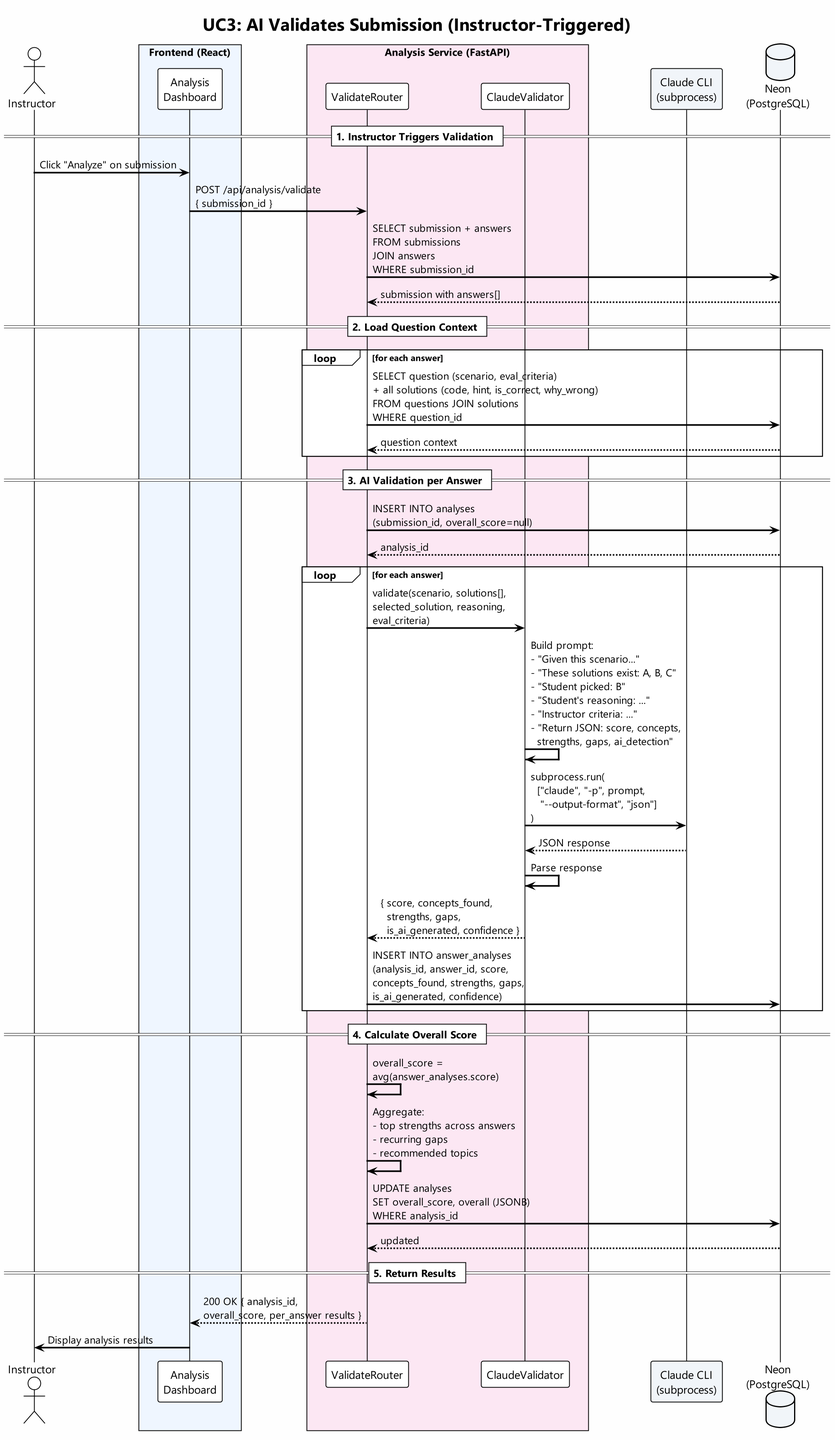
This is docs/sequence-ai-validates.png from SRESamuel/ConHaccMania, a PlantUML export, as it was before one commit. Its diagram source:
```plantuml
@startuml AI Validates Submission
scale 2
!theme plain
skinparam backgroundColor #FEFEFE
skinparam defaultFontName "Segoe UI"
skinparam shadowing false
skinparam sequenceArrowThickness 2
skinparam participantPadding 20
skinparam boxPadding 10

title UC3: AI Validates Submission (Instructor-Triggered)

actor Instructor as I
box "Frontend (React)" #EFF6FF
  participant "Analysis\nDashboard" as AD
end box
box "Analysis Service (FastAPI)" #FCE7F3
  participant "ValidateRouter" as VR
  participant "ClaudeValidator" as CV
end box
participant "Claude CLI\n(subprocess)" as CLI #F1F5F9
database "Neon\n(PostgreSQL)" as DB #F1F5F9

== 1. Instructor Triggers Validation ==

I -> AD : Click "Analyze" on submission
AD -> VR : POST /api/analysis/validate\n{ submission_id }
VR -> DB : SELECT submission + answers\nFROM submissions\nJOIN answers\nWHERE submission_id
DB --> VR : submission with answers[]

== 2. Load Question Context ==

loop for each answer
  VR -> DB : SELECT question (scenario, eval_criteria)\n+ all solutions (code, hint, is_correct, why_wrong)\nFROM questions JOIN solutions\nWHERE question_id
  DB --> VR : question context
end

== 3. AI Validation per Answer ==

VR -> DB : INSERT INTO analyses\n(submission_id, overall_score=null)
DB --> VR : analysis_id

loop for each answer
  VR -> CV : validate(scenario, solutions[],\nselected_solution, reasoning,\neval_criteria)
  CV -> CV : Build prompt:\n- "Given this scenario..."\n- "These solutions exist: A, B, C"\n- "Student picked: B"\n- "Student's reasoning: ..."\n- "Instructor criteria: ..."\n- "Return JSON: score, concepts,\n  strengths, gaps, ai_detection"
  CV -> CLI : subprocess.run(\n  ["claude", "-p", prompt,\n   "--output-format", "json"]\n)
  CLI --> CV : JSON response
  CV -> CV : Parse response
  CV --> VR : { score, concepts_found,\n  strengths, gaps,\n  is_ai_generated, confidence }
  VR -> DB : INSERT INTO answer_analyses\n(analysis_id, answer_id, score,\nconcepts_found, strengths, gaps,\nis_ai_generated, confidence)
end

== 4. Calculate Overall Score ==

VR -> VR : overall_score =\navg(answer_analyses.score)
VR -> VR : Aggregate:\n- top strengths across answers\n- recurring gaps\n- recommended topics
VR -> DB : UPDATE analyses\nSET overall_score, overall (JSONB)\nWHERE analysis_id
DB --> VR : updated

== 5. Return Results ==

VR --> AD : 200 OK { analysis_id,\noverall_score, per_answer results }
AD -> I : Display analysis results

@enduml
```
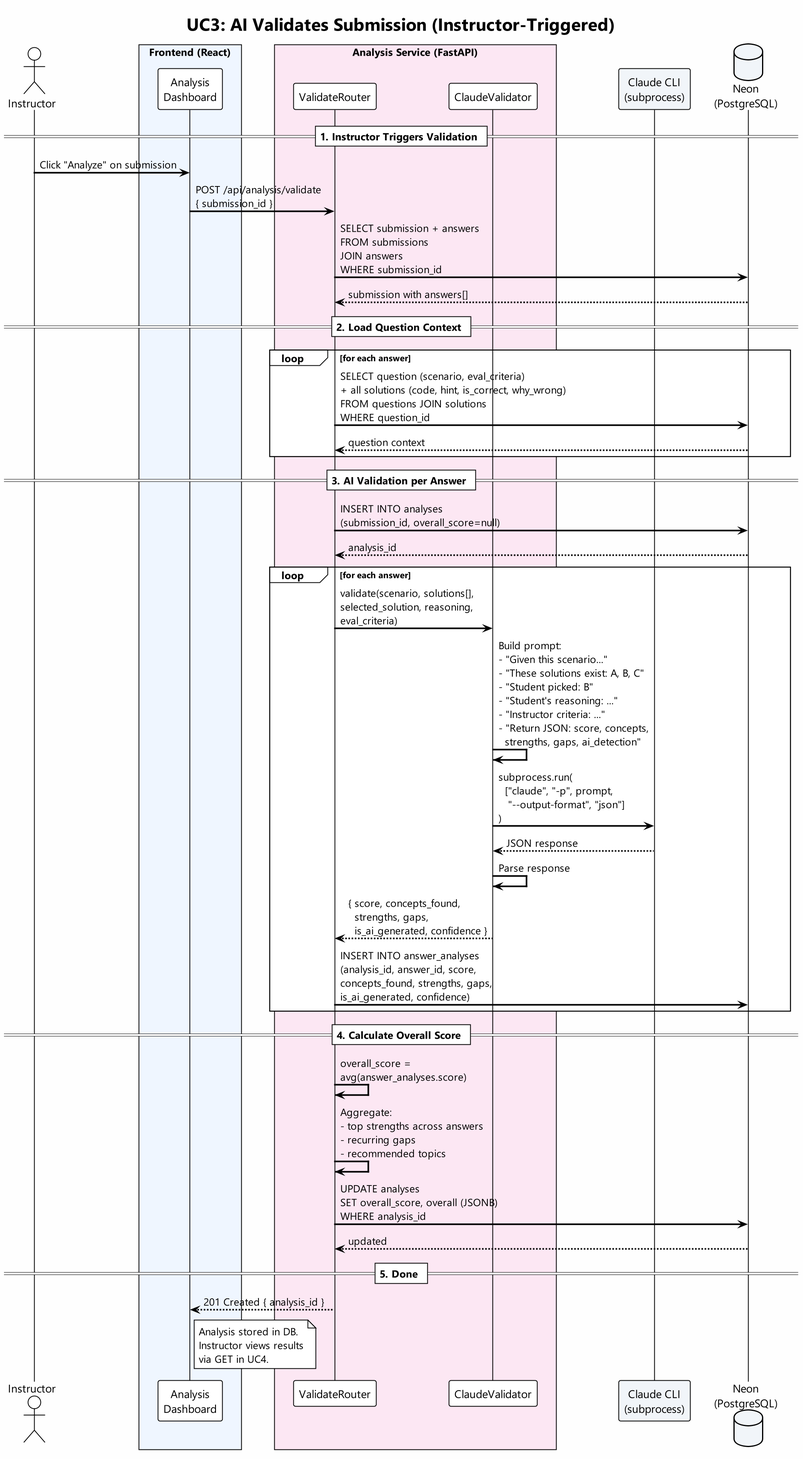
The same file after the commit.

Commit message:
docs: Fix 7 inconsistencies across architecture and sequence diagrams

Change to the diagram source:
```diff
@@ -57,9 +57,9 @@
 VR -> DB : UPDATE analyses\nSET overall_score, overall (JSONB)\nWHERE analysis_id
 DB --> VR : updated
 
-== 5. Return Results ==
+== 5. Done ==
 
-VR --> AD : 200 OK { analysis_id,\noverall_score, per_answer results }
-AD -> I : Display analysis results
+VR --> AD : 201 Created { analysis_id }
+note right of AD : Analysis stored in DB.\nInstructor views results\nvia GET in UC4.
 
 @enduml
```
